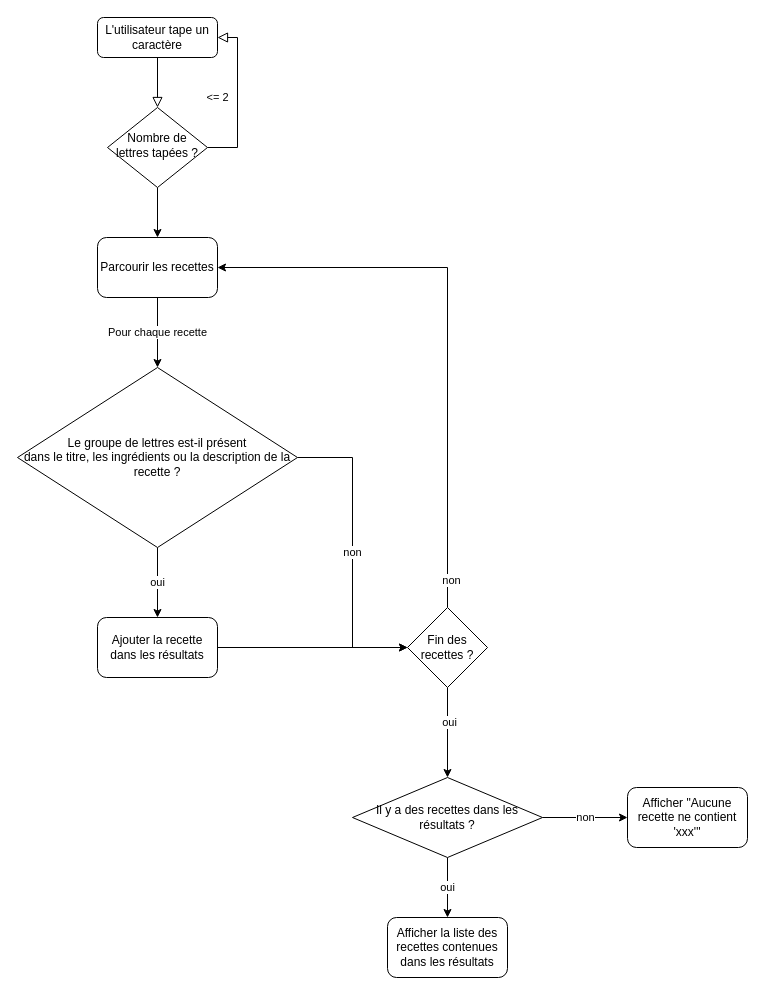
Before: algorigramme_recherche.drawio in TheGrandLynx/les_petits_plats, a draw.io diagram. Source tidied: cells renumbered, new cells numbered last; positions are measured from the earlier drawing's top-left corner, leaving out a move shared by most shapes. Both pictures are drawn from the tidied source at 100%, with x=0, y=0 at pixel (17, 17).
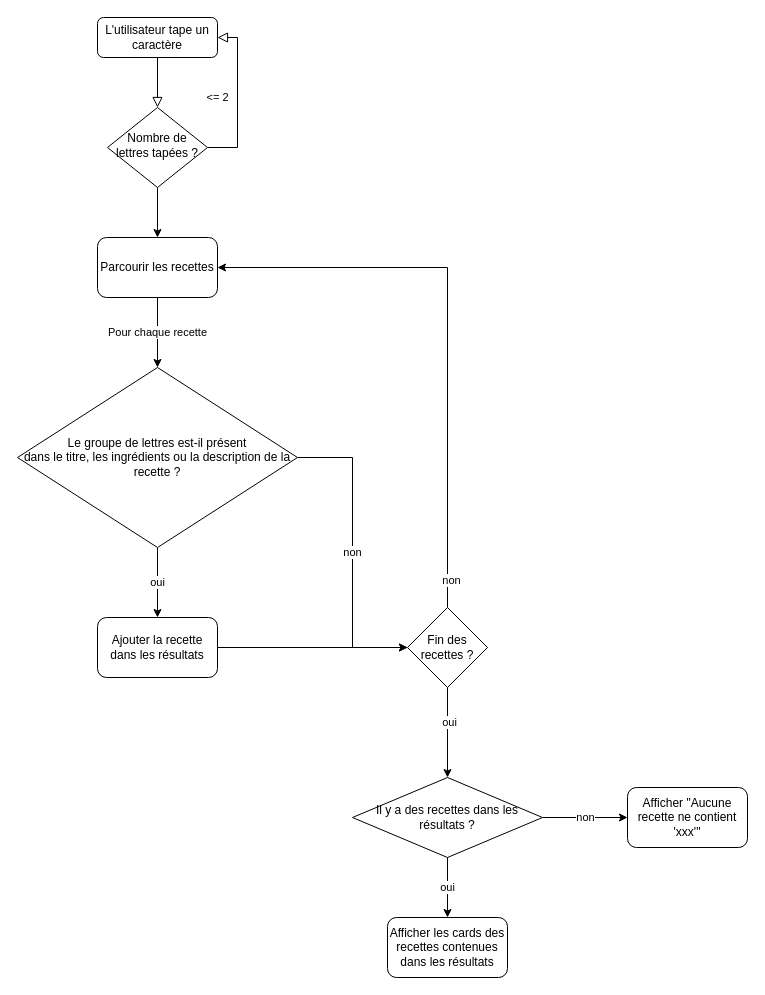
The same diagram, later.

Commit message:
Mettre à jour algorigramme_recherche.drawio

The edit, as a diff of the source:
```diff
@@
-    <mxCell id="22" value="Afficher la liste des recettes contenues dans les résultats" style="rounded=1;whiteSpace=wrap;html=1;" parent="1" vertex="1">
+    <mxCell id="22" value="Afficher les cards des recettes contenues dans les résultats" style="rounded=1;whiteSpace=wrap;html=1;" parent="1" vertex="1">
       <mxGeometry x="370" y="900" width="120" height="60" as="geometry" />
     </mxCell>
```
